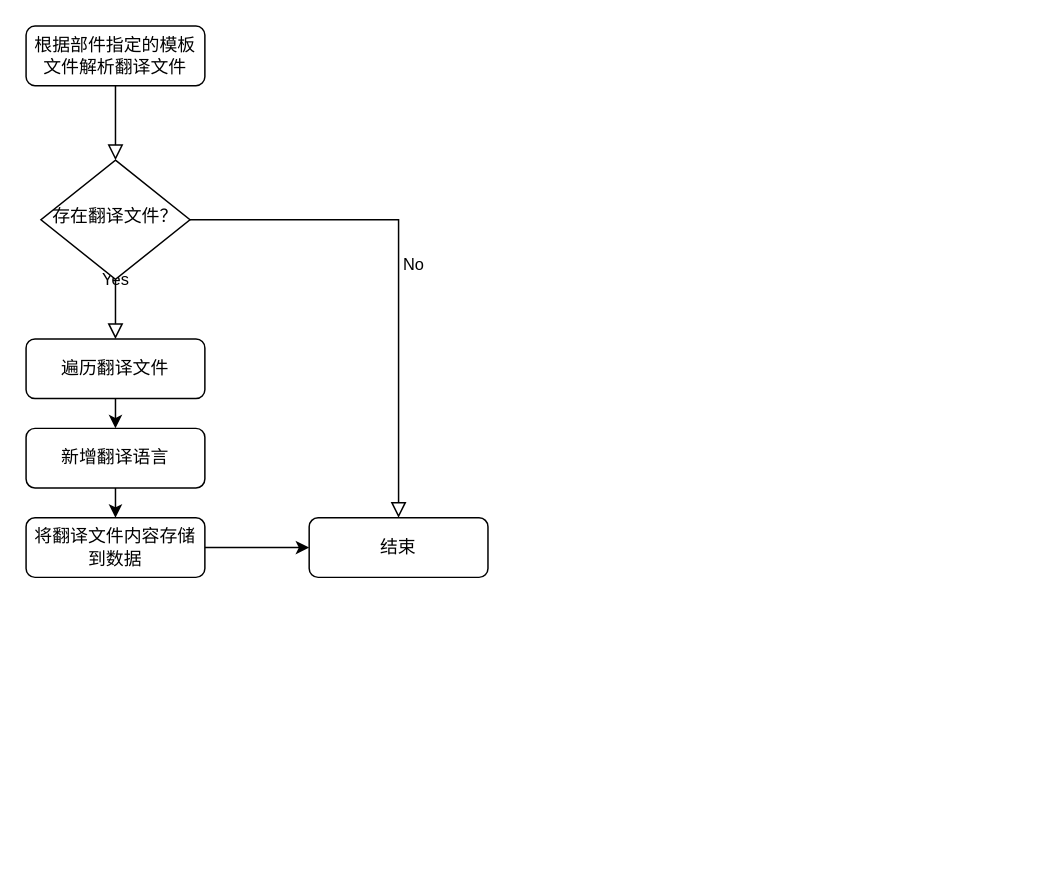
Earlier version of the draw.io diagram weblate/组件导入自动增加翻译语言.drawio (weijiang1994/draw-io). Source tidied: cells renumbered, new cells numbered last; positions are measured from the earlier drawing's top-left corner, leaving out a move shared by most shapes. Both pictures are drawn from the tidied source at 149%, with x=0, y=0 at pixel (25, 25).
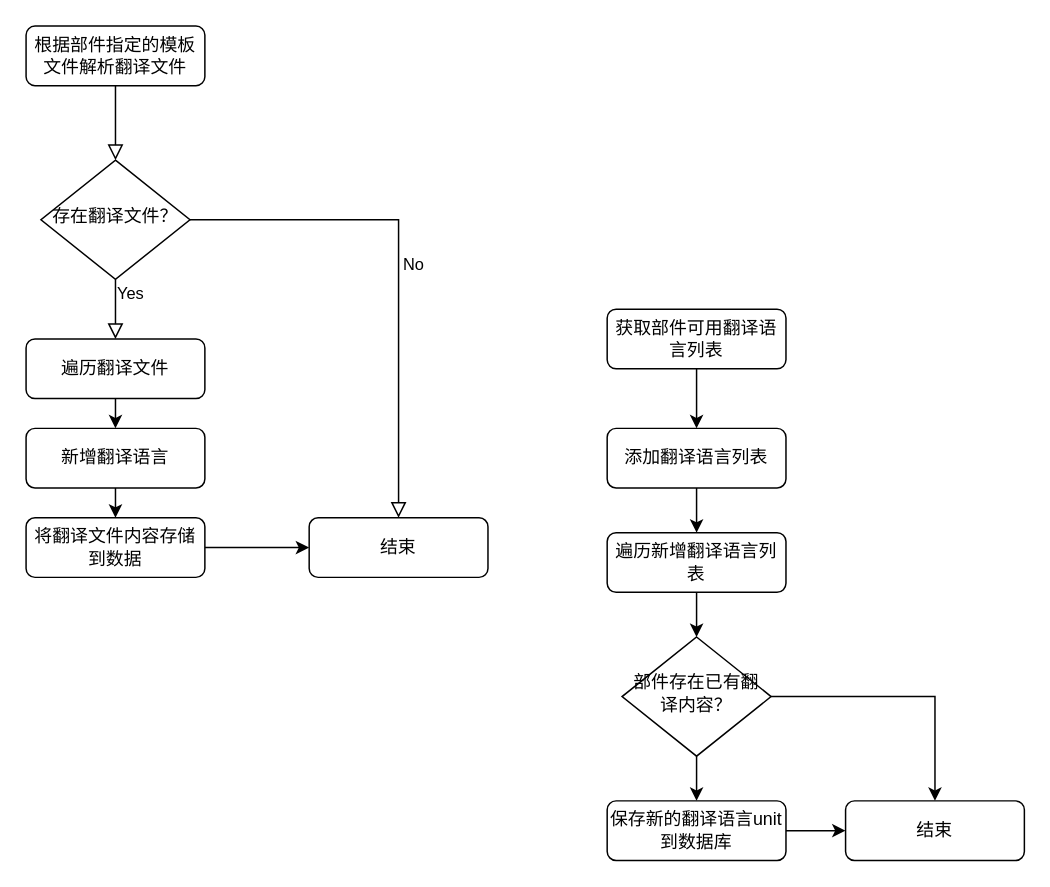
Above is the later version.

Commit message (it also covers changes not shown here):
更新组件导入自动增加翻译语言.drawio

The change refers to these unchanged cells:
```xml
<mxCell id="6" value="存在翻译文件？" style="rhombus;whiteSpace=wrap;html=1;shadow=0;fontFamily=Helvetica;fontSize=12;align=center;strokeWidth=1;spacing=6;spacingTop=-4;" parent="1" vertex="1">
  <mxGeometry x="10" y="90" width="100" height="80" as="geometry" />
</mxCell>
```

What changed in the source:
```diff
@@
     <mxCell id="4" value="Yes" style="rounded=0;html=1;jettySize=auto;fontSize=11;endArrow=block;endFill=0;endSize=8;strokeWidth=1;shadow=0;labelBackgroundColor=none;edgeStyle=orthogonalEdgeStyle;" parent="1" edge="1" source="6">
-      <mxGeometry y="20" relative="1" as="geometry">
+      <mxGeometry x="-0.51" y="10" relative="1" as="geometry">
         <mxPoint x="60" y="210" as="targetPoint" />
       </mxGeometry>
     </mxCell>
@@
+    <mxCell id="14" style="edgeStyle=orthogonalEdgeStyle;rounded=0;jettySize=auto;html=1;exitX=0.5;exitY=1;exitDx=0;exitDy=0;" parent="1" edge="1" source="15" target="19">
+      <mxGeometry relative="1" as="geometry" />
+    </mxCell>
+    <mxCell id="15" value="添加翻译语言列表" style="rounded=1;whiteSpace=wrap;html=1;fontSize=12;glass=0;strokeWidth=1;shadow=0;" parent="1" vertex="1">
+      <mxGeometry x="390" y="270" width="120" height="40" as="geometry" />
+    </mxCell>
+    <mxCell id="16" style="edgeStyle=orthogonalEdgeStyle;rounded=0;jettySize=auto;html=1;exitX=0.5;exitY=1;exitDx=0;exitDy=0;entryX=0.5;entryY=0;entryDx=0;entryDy=0;" parent="1" edge="1" source="17" target="15">
+      <mxGeometry relative="1" as="geometry" />
+    </mxCell>
+    <mxCell id="17" value="获取部件可用翻译语言列表" style="rounded=1;whiteSpace=wrap;html=1;fontSize=12;glass=0;strokeWidth=1;shadow=0;" parent="1" vertex="1">
+      <mxGeometry x="390" y="190" width="120" height="40" as="geometry" />
+    </mxCell>
+    <mxCell id="18" style="edgeStyle=orthogonalEdgeStyle;rounded=0;jettySize=auto;html=1;exitX=0.5;exitY=1;exitDx=0;exitDy=0;entryX=0.5;entryY=0;entryDx=0;entryDy=0;" parent="1" edge="1" source="19" target="22">
+      <mxGeometry relative="1" as="geometry" />
+    </mxCell>
+    <mxCell id="19" value="遍历新增翻译语言列表" style="rounded=1;whiteSpace=wrap;html=1;fontSize=12;glass=0;strokeWidth=1;shadow=0;" parent="1" vertex="1">
+      <mxGeometry x="390" y="340" width="120" height="40" as="geometry" />
+    </mxCell>
+    <mxCell id="20" style="edgeStyle=orthogonalEdgeStyle;rounded=0;jettySize=auto;html=1;exitX=0.5;exitY=1;exitDx=0;exitDy=0;entryX=0.5;entryY=0;entryDx=0;entryDy=0;" parent="1" edge="1" source="22" target="24">
+      <mxGeometry relative="1" as="geometry" />
+    </mxCell>
+    <mxCell id="21" style="edgeStyle=orthogonalEdgeStyle;rounded=0;jettySize=auto;html=1;exitX=1;exitY=0.5;exitDx=0;exitDy=0;entryX=0.5;entryY=0;entryDx=0;entryDy=0;" parent="1" edge="1" source="22" target="25">
+      <mxGeometry relative="1" as="geometry" />
+    </mxCell>
+    <mxCell id="22" value="部件存在已有翻译内容？" style="rhombus;whiteSpace=wrap;html=1;shadow=0;fontFamily=Helvetica;fontSize=12;align=center;strokeWidth=1;spacing=6;spacingTop=-4;" parent="1" vertex="1">
+      <mxGeometry x="400" y="410" width="100" height="80" as="geometry" />
+    </mxCell>
+    <mxCell id="23" style="edgeStyle=orthogonalEdgeStyle;rounded=0;jettySize=auto;html=1;exitX=1;exitY=0.5;exitDx=0;exitDy=0;entryX=0;entryY=0.5;entryDx=0;entryDy=0;" parent="1" edge="1" source="24" target="25">
+      <mxGeometry relative="1" as="geometry" />
+    </mxCell>
+    <mxCell id="24" value="保存新的翻译语言unit到数据库" style="rounded=1;whiteSpace=wrap;html=1;fontSize=12;glass=0;strokeWidth=1;shadow=0;" parent="1" vertex="1">
+      <mxGeometry x="390" y="520" width="120" height="40" as="geometry" />
+    </mxCell>
+    <mxCell id="25" value="结束" style="rounded=1;whiteSpace=wrap;html=1;fontSize=12;glass=0;strokeWidth=1;shadow=0;" parent="1" vertex="1">
+      <mxGeometry x="550" y="520" width="120" height="40" as="geometry" />
+    </mxCell>
```
